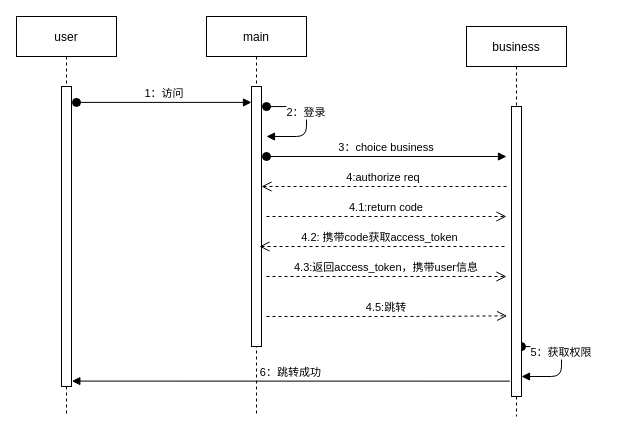
Before: auth.drawio in leegaox/draw, a draw.io diagram. Source tidied: cells renumbered, new cells numbered last; positions are measured from the earlier drawing's top-left corner, leaving out a move shared by most shapes. Both pictures are drawn from the tidied source at 100%, with x=0, y=0 at pixel (16, 16).
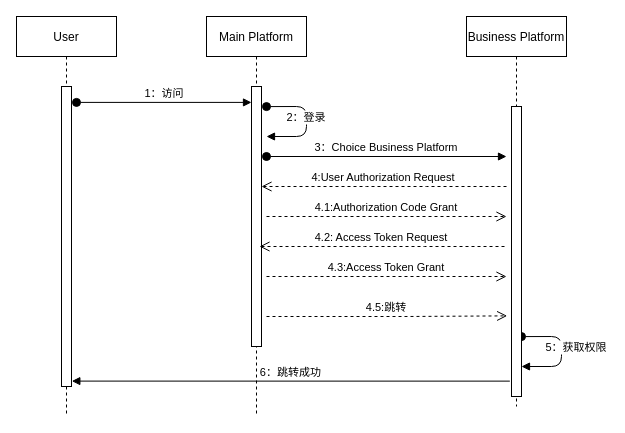
After the change.

The change refers to these unchanged cells:
```xml
<mxCell id="3" style="points=[];perimeter=orthogonalPerimeter;rounded=0;shadow=0;strokeWidth=1;" parent="2" vertex="1">
  <mxGeometry x="45" y="70" width="10" height="260" as="geometry" />
</mxCell>
```

The edit, as a diff of the source:
```diff
@@
-    <mxCell id="2" value="main" style="shape=umlLifeline;perimeter=lifelinePerimeter;rounded=0;shadow=0;strokeWidth=1;" parent="1" vertex="1">
+    <mxCell id="2" value="Main Platform" style="shape=umlLifeline;perimeter=lifelinePerimeter;rounded=0;shadow=0;strokeWidth=1;" parent="1" vertex="1">
       <mxGeometry x="190" width="100" height="400" as="geometry" />
     </mxCell>
@@
     <mxCell id="4" value="2：登录" style="verticalAlign=bottom;startArrow=oval;endArrow=block;startSize=8;shadow=0;strokeWidth=1;exitX=1.5;exitY=0.053;exitDx=0;exitDy=0;exitPerimeter=0;" parent="2" edge="1">
-      <mxGeometry relative="1" as="geometry">
+      <mxGeometry x="0.09" relative="1" as="geometry">
         <mxPoint x="60" y="90.1" as="sourcePoint" />
         <mxPoint x="60" y="120" as="targetPoint" />
         <Array as="points">
           <mxPoint x="100" y="90" />
           <mxPoint x="100" y="120" />
         </Array>
       </mxGeometry>
     </mxCell>
-    <mxCell id="5" value="business" style="shape=umlLifeline;perimeter=lifelinePerimeter;rounded=0;shadow=0;strokeWidth=1;" parent="1" vertex="1">
-      <mxGeometry x="450" y="10" width="100" height="390" as="geometry" />
+    <mxCell id="5" value="Business Platform" style="shape=umlLifeline;perimeter=lifelinePerimeter;rounded=0;shadow=0;strokeWidth=1;" parent="1" vertex="1">
+      <mxGeometry x="450" width="100" height="390" as="geometry" />
     </mxCell>
     <mxCell id="6" value="5：获取权限" style="verticalAlign=bottom;startArrow=oval;endArrow=block;startSize=8;shadow=0;strokeWidth=1;exitX=1.5;exitY=0.053;exitDx=0;exitDy=0;exitPerimeter=0;" parent="5" edge="1">
-      <mxGeometry relative="1" as="geometry">
+      <mxGeometry x="0.09" y="15" relative="1" as="geometry">
         <mxPoint x="55" y="320.1" as="sourcePoint" />
         <mxPoint x="55" y="350" as="targetPoint" />
         <Array as="points">
           <mxPoint x="95" y="320" />
           <mxPoint x="95" y="350" />
         </Array>
       </mxGeometry>
     </mxCell>
-    <mxCell id="7" value="4:authorize req" style="verticalAlign=bottom;endArrow=open;dashed=1;endSize=8;shadow=0;strokeWidth=1;" parent="1" edge="1" target="3">
+    <mxCell id="7" value="4:User Authorization Request" style="verticalAlign=bottom;endArrow=open;dashed=1;endSize=8;shadow=0;strokeWidth=1;" parent="1" edge="1" target="3">
       <mxGeometry relative="1" as="geometry">
         <mxPoint x="490" y="170" as="sourcePoint" />
         <Array as="points">
           <mxPoint x="420" y="170" />
           <mxPoint x="340" y="170" />
         </Array>
       </mxGeometry>
     </mxCell>
-    <mxCell id="8" value="4.1:return code" style="verticalAlign=bottom;endArrow=open;dashed=1;endSize=8;shadow=0;strokeWidth=1;" parent="1" edge="1">
+    <mxCell id="8" value="4.1:Authorization Code Grant" style="verticalAlign=bottom;endArrow=open;dashed=1;endSize=8;shadow=0;strokeWidth=1;" parent="1" edge="1">
       <mxGeometry relative="1" as="geometry">
         <mxPoint x="250" y="200" as="sourcePoint" />
         <mxPoint x="490" y="200" as="targetPoint" />
         <Array as="points">
           <mxPoint x="390" y="200" />
         </Array>
       </mxGeometry>
     </mxCell>
-    <mxCell id="9" value="user" style="shape=umlLifeline;perimeter=lifelinePerimeter;rounded=0;shadow=0;strokeWidth=1;" parent="1" vertex="1">
+    <mxCell id="9" value="User" style="shape=umlLifeline;perimeter=lifelinePerimeter;rounded=0;shadow=0;strokeWidth=1;" parent="1" vertex="1">
       <mxGeometry width="100" height="400" as="geometry" />
     </mxCell>
@@
-    <mxCell id="12" value="3：choice business" style="verticalAlign=bottom;startArrow=oval;endArrow=block;startSize=8;shadow=0;strokeWidth=1;exitX=1.5;exitY=0.053;exitDx=0;exitDy=0;exitPerimeter=0;" parent="1" edge="1">
+    <mxCell id="12" value="3：Choice Business Platform" style="verticalAlign=bottom;startArrow=oval;endArrow=block;startSize=8;shadow=0;strokeWidth=1;exitX=1.5;exitY=0.053;exitDx=0;exitDy=0;exitPerimeter=0;" parent="1" edge="1">
       <mxGeometry relative="1" as="geometry">
         <mxPoint x="250" y="140" as="sourcePoint" />
         <mxPoint x="490" y="140" as="targetPoint" />
       </mxGeometry>
     </mxCell>
-    <mxCell id="13" value="4.2: 携带code获取access_token " style="verticalAlign=bottom;endArrow=open;dashed=1;endSize=8;shadow=0;strokeWidth=1;" parent="1" edge="1">
+    <mxCell id="13" value="4.2: Access Token Request" style="verticalAlign=bottom;endArrow=open;dashed=1;endSize=8;shadow=0;strokeWidth=1;" parent="1" edge="1">
       <mxGeometry relative="1" as="geometry">
         <mxPoint x="488" y="230" as="sourcePoint" />
         <mxPoint x="243" y="230" as="targetPoint" />
         <Array as="points">
           <mxPoint x="418" y="230" />
           <mxPoint x="338" y="230" />
         </Array>
       </mxGeometry>
     </mxCell>
-    <mxCell id="14" value="4.3:返回access_token，携带user信息" style="verticalAlign=bottom;endArrow=open;dashed=1;endSize=8;shadow=0;strokeWidth=1;" parent="1" edge="1">
+    <mxCell id="14" value="4.3:Access Token Grant" style="verticalAlign=bottom;endArrow=open;dashed=1;endSize=8;shadow=0;strokeWidth=1;" parent="1" edge="1">
       <mxGeometry relative="1" as="geometry">
         <mxPoint x="250" y="260" as="sourcePoint" />
         <mxPoint x="490" y="260" as="targetPoint" />
         <Array as="points">
           <mxPoint x="390" y="260" />
         </Array>
       </mxGeometry>
     </mxCell>
```
